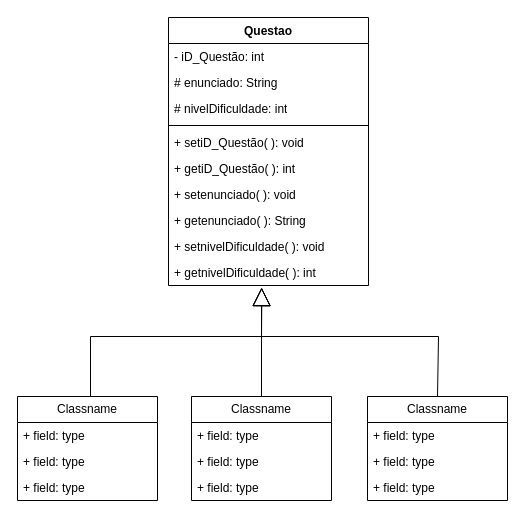
Before: GAApD Classes.drawio in ogaiH007/Gerador-Automatico-de-Avaliacoes-para-Disciplinas, a draw.io diagram. Source tidied: cells renumbered, new cells numbered last; positions are measured from the earlier drawing's top-left corner, leaving out a move shared by most shapes. Both pictures are drawn from the tidied source at 100%, with x=0, y=0 at pixel (17, 17).
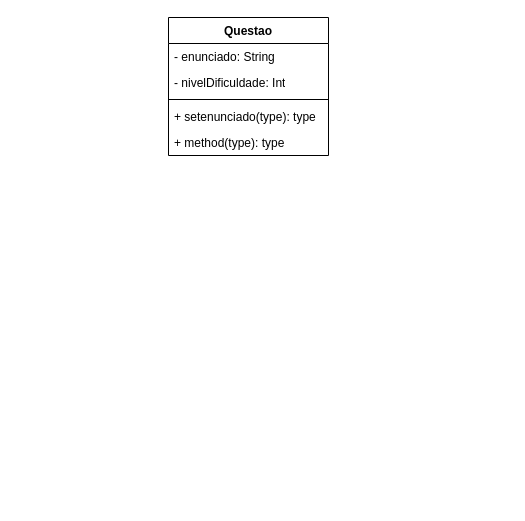
The same diagram, later.

Diff of the diagram source:
```diff
@@
     <mxCell id="2" value="Questao" style="swimlane;fontStyle=1;align=center;verticalAlign=top;horizontal=1;startSize=26;whiteSpace=wrap;html=1;" parent="1" vertex="1">
-      <mxGeometry x="151" width="200" height="268" as="geometry" />
+      <mxGeometry x="151" width="160" height="138" as="geometry" />
     </mxCell>
-    <mxCell id="3" value="- iD_Questão: int" style="text;strokeColor=none;fillColor=none;align=left;verticalAlign=top;spacingLeft=4;spacingRight=4;overflow=hidden;whiteSpace=wrap;html=1;" parent="2" vertex="1">
-      <mxGeometry y="26" width="200" height="26" as="geometry" />
-    </mxCell>
-    <mxCell id="4" value="# enunciado: String" style="text;strokeColor=none;fillColor=none;align=left;verticalAlign=top;spacingLeft=4;spacingRight=4;overflow=hidden;whiteSpace=wrap;html=1;" parent="2" vertex="1">
-      <mxGeometry y="52" width="200" height="26" as="geometry" />
+    <mxCell id="4" value="- enunciado: String" style="text;strokeColor=none;fillColor=none;align=left;verticalAlign=top;spacingLeft=4;spacingRight=4;overflow=hidden;whiteSpace=wrap;html=1;" parent="2" vertex="1">
+      <mxGeometry y="26" width="160" height="26" as="geometry" />
     </mxCell>
-    <mxCell id="5" value="# nivelDificuldade: int" style="text;strokeColor=none;fillColor=none;align=left;verticalAlign=top;spacingLeft=4;spacingRight=4;overflow=hidden;whiteSpace=wrap;html=1;" parent="2" vertex="1">
-      <mxGeometry y="78" width="200" height="26" as="geometry" />
+    <mxCell id="5" value="- nivelDificuldade: Int" style="text;strokeColor=none;fillColor=none;align=left;verticalAlign=top;spacingLeft=4;spacingRight=4;overflow=hidden;whiteSpace=wrap;html=1;" parent="2" vertex="1">
+      <mxGeometry y="52" width="160" height="26" as="geometry" />
     </mxCell>
     <mxCell id="6" style="line;strokeWidth=1;fillColor=none;align=left;verticalAlign=middle;spacingTop=-1;spacingLeft=3;spacingRight=3;labelPosition=right;strokeColor=inherit;" parent="2" vertex="1">
-      <mxGeometry y="104" width="200" height="8" as="geometry" />
+      <mxGeometry y="78" width="160" height="8" as="geometry" />
     </mxCell>
-    <mxCell id="7" value="+ setiD_Questão( ): void" style="text;strokeColor=none;fillColor=none;align=left;verticalAlign=top;spacingLeft=4;spacingRight=4;overflow=hidden;whiteSpace=wrap;html=1;" parent="2" vertex="1">
-      <mxGeometry y="112" width="200" height="26" as="geometry" />
-    </mxCell>
-    <mxCell id="8" value="+ getiD_Questão( ): int" style="text;strokeColor=none;fillColor=none;align=left;verticalAlign=top;spacingLeft=4;spacingRight=4;overflow=hidden;whiteSpace=wrap;html=1;" parent="2" vertex="1">
-      <mxGeometry y="138" width="200" height="26" as="geometry" />
-    </mxCell>
-    <mxCell id="9" value="+ setenunciado( ): void" style="text;strokeColor=none;fillColor=none;align=left;verticalAlign=top;spacingLeft=4;spacingRight=4;overflow=hidden;whiteSpace=wrap;html=1;" parent="2" vertex="1">
-      <mxGeometry y="164" width="200" height="26" as="geometry" />
+    <mxCell id="9" value="+ setenunciado(type): type" style="text;strokeColor=none;fillColor=none;align=left;verticalAlign=top;spacingLeft=4;spacingRight=4;overflow=hidden;whiteSpace=wrap;html=1;" parent="2" vertex="1">
+      <mxGeometry y="86" width="160" height="26" as="geometry" />
     </mxCell>
-    <mxCell id="10" value="+ getenunciado( ): String" style="text;strokeColor=none;fillColor=none;align=left;verticalAlign=top;spacingLeft=4;spacingRight=4;overflow=hidden;whiteSpace=wrap;html=1;" parent="2" vertex="1">
-      <mxGeometry y="190" width="200" height="26" as="geometry" />
+    <mxCell id="10" value="+ method(type): type" style="text;strokeColor=none;fillColor=none;align=left;verticalAlign=top;spacingLeft=4;spacingRight=4;overflow=hidden;whiteSpace=wrap;html=1;" parent="2" vertex="1">
+      <mxGeometry y="112" width="160" height="26" as="geometry" />
     </mxCell>
-    <mxCell id="11" value="+ setnivelDificuldade( ): void" style="text;strokeColor=none;fillColor=none;align=left;verticalAlign=top;spacingLeft=4;spacingRight=4;overflow=hidden;whiteSpace=wrap;html=1;" parent="2" vertex="1">
-      <mxGeometry y="216" width="200" height="26" as="geometry" />
-    </mxCell>
-    <mxCell id="12" value="+ getnivelDificuldade( ): int" style="text;strokeColor=none;fillColor=none;align=left;verticalAlign=top;spacingLeft=4;spacingRight=4;overflow=hidden;points=[[0,0.5],[1,0.5]];portConstraint=eastwest;whiteSpace=wrap;html=1;" parent="2" vertex="1">
-      <mxGeometry y="242" width="200" height="26" as="geometry" />
-    </mxCell>
-    <mxCell id="13" value="Classname" style="swimlane;fontStyle=0;horizontal=1;startSize=26;fillColor=none;whiteSpace=wrap;html=1;" parent="1" vertex="1">
-      <mxGeometry x="174" y="379" width="140" height="104" as="geometry" />
-    </mxCell>
-    <mxCell id="14" value="+ field: type" style="text;strokeColor=none;fillColor=none;align=left;verticalAlign=top;spacingLeft=4;spacingRight=4;overflow=hidden;whiteSpace=wrap;html=1;" parent="13" vertex="1">
-      <mxGeometry y="26" width="140" height="26" as="geometry" />
-    </mxCell>
-    <mxCell id="15" value="+ field: type" style="text;strokeColor=none;fillColor=none;align=left;verticalAlign=top;spacingLeft=4;spacingRight=4;overflow=hidden;whiteSpace=wrap;html=1;" parent="13" vertex="1">
-      <mxGeometry y="52" width="140" height="26" as="geometry" />
-    </mxCell>
-    <mxCell id="16" value="+ field: type" style="text;strokeColor=none;fillColor=none;align=left;verticalAlign=top;spacingLeft=4;spacingRight=4;overflow=hidden;whiteSpace=wrap;html=1;" parent="13" vertex="1">
-      <mxGeometry y="78" width="140" height="26" as="geometry" />
-    </mxCell>
-    <mxCell id="17" value="Classname" style="swimlane;fontStyle=0;horizontal=1;startSize=26;fillColor=none;whiteSpace=wrap;html=1;" parent="1" vertex="1">
-      <mxGeometry y="379" width="140" height="104" as="geometry" />
-    </mxCell>
-    <mxCell id="18" value="+ field: type" style="text;strokeColor=none;fillColor=none;align=left;verticalAlign=top;spacingLeft=4;spacingRight=4;overflow=hidden;whiteSpace=wrap;html=1;" parent="17" vertex="1">
-      <mxGeometry y="26" width="140" height="26" as="geometry" />
-    </mxCell>
-    <mxCell id="19" value="+ field: type" style="text;strokeColor=none;fillColor=none;align=left;verticalAlign=top;spacingLeft=4;spacingRight=4;overflow=hidden;whiteSpace=wrap;html=1;" parent="17" vertex="1">
-      <mxGeometry y="52" width="140" height="26" as="geometry" />
-    </mxCell>
-    <mxCell id="20" value="+ field: type" style="text;strokeColor=none;fillColor=none;align=left;verticalAlign=top;spacingLeft=4;spacingRight=4;overflow=hidden;whiteSpace=wrap;html=1;" parent="17" vertex="1">
-      <mxGeometry y="78" width="140" height="26" as="geometry" />
-    </mxCell>
-    <mxCell id="21" value="Classname" style="swimlane;fontStyle=0;horizontal=1;startSize=26;fillColor=none;whiteSpace=wrap;html=1;" parent="1" vertex="1">
-      <mxGeometry x="350" y="379" width="140" height="104" as="geometry" />
-    </mxCell>
-    <mxCell id="22" value="+ field: type" style="text;strokeColor=none;fillColor=none;align=left;verticalAlign=top;spacingLeft=4;spacingRight=4;overflow=hidden;whiteSpace=wrap;html=1;" parent="21" vertex="1">
-      <mxGeometry y="26" width="140" height="26" as="geometry" />
-    </mxCell>
-    <mxCell id="23" value="+ field: type" style="text;strokeColor=none;fillColor=none;align=left;verticalAlign=top;spacingLeft=4;spacingRight=4;overflow=hidden;whiteSpace=wrap;html=1;" parent="21" vertex="1">
-      <mxGeometry y="52" width="140" height="26" as="geometry" />
-    </mxCell>
-    <mxCell id="24" value="+ field: type" style="text;strokeColor=none;fillColor=none;align=left;verticalAlign=top;spacingLeft=4;spacingRight=4;overflow=hidden;whiteSpace=wrap;html=1;" parent="21" vertex="1">
-      <mxGeometry y="78" width="140" height="26" as="geometry" />
-    </mxCell>
-    <mxCell id="25" style="endArrow=block;endSize=16;endFill=0;html=1;rounded=0;exitX=0.5;exitY=0;exitDx=0;exitDy=0;entryX=0.465;entryY=1.077;entryDx=0;entryDy=0;entryPerimeter=0;" parent="1" edge="1" source="13" target="12">
-      <mxGeometry relative="1" as="geometry" />
-    </mxCell>
-    <mxCell id="26" style="endArrow=block;endSize=16;endFill=0;html=1;rounded=0;exitX=0.5;exitY=0;exitDx=0;exitDy=0;entryX=0.466;entryY=1.079;entryDx=0;entryDy=0;entryPerimeter=0;" parent="1" edge="1" target="12">
-      <mxGeometry relative="1" as="geometry">
-        <mxPoint x="420" y="379" as="sourcePoint" />
-        <Array as="points">
-          <mxPoint x="421" y="319" />
-          <mxPoint x="244" y="319" />
-        </Array>
-      </mxGeometry>
-    </mxCell>
-    <mxCell id="27" style="endArrow=block;endSize=16;endFill=0;html=1;rounded=0;exitX=0.5;exitY=0;exitDx=0;exitDy=0;entryX=0.466;entryY=1.086;entryDx=0;entryDy=0;entryPerimeter=0;" parent="1" edge="1" target="12">
-      <mxGeometry relative="1" as="geometry">
-        <mxPoint x="73" y="379" as="sourcePoint" />
-        <Array as="points">
-          <mxPoint x="73" y="319" />
-          <mxPoint x="244" y="319" />
-        </Array>
-      </mxGeometry>
-    </mxCell>
```
